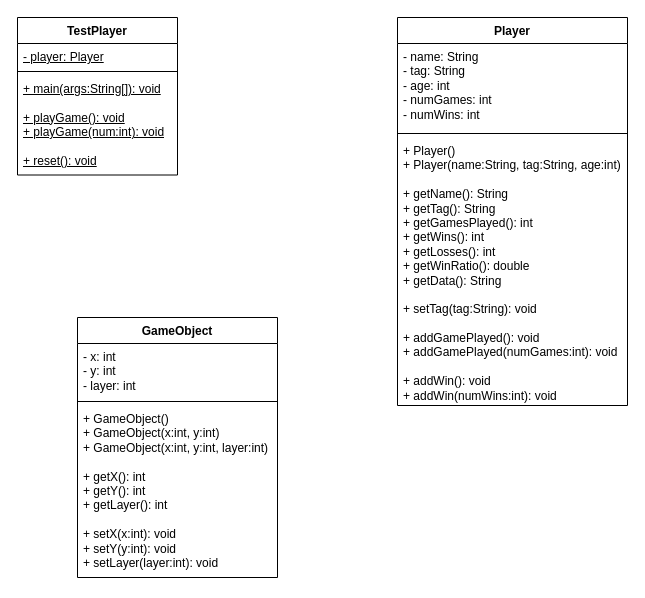
aptfury/csc-190-projects keeps this draw.io diagram as src/module6/lab/lab.drawio. Above is the earlier version. Source tidied: cells renumbered, new cells numbered last; positions are measured from the earlier drawing's top-left corner, leaving out a move shared by most shapes. Both pictures are drawn from the tidied source at 100%, with x=0, y=0 at pixel (17, 17).
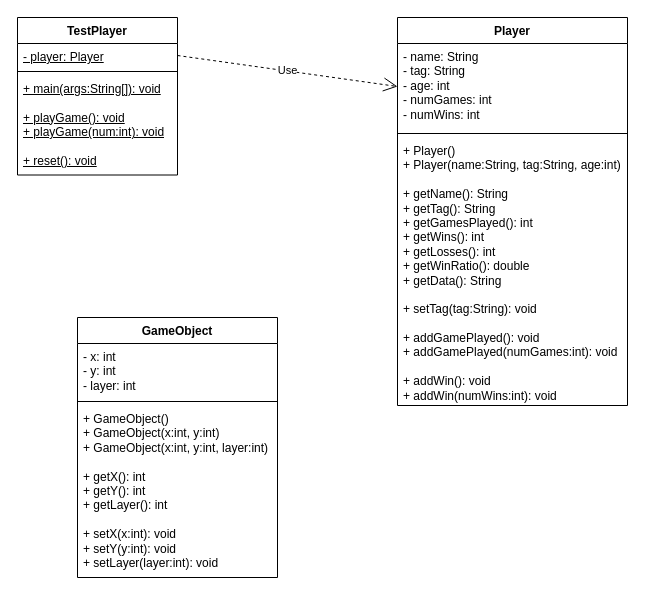
After the change.

Diff of the diagram source:
```diff
@@
 <mxGraphModel>
   <root>
     <mxCell id="0" />
     <mxCell id="1" parent="0" />
     <mxCell id="2" value="Player" style="swimlane;fontStyle=1;align=center;verticalAlign=top;horizontal=1;startSize=26;whiteSpace=wrap;html=1;" parent="1" vertex="1">
       <mxGeometry x="380" width="230" height="388" as="geometry" />
     </mxCell>
     <mxCell id="3" value="- name: String&lt;div&gt;- tag: String&lt;/div&gt;&lt;div&gt;- age: int&lt;/div&gt;&lt;div&gt;- numGames: int&lt;/div&gt;&lt;div&gt;- numWins: int&lt;/div&gt;" style="text;strokeColor=none;fillColor=none;align=left;verticalAlign=top;spacingLeft=4;spacingRight=4;overflow=hidden;points=[[0,0.5],[1,0.5]];portConstraint=eastwest;whiteSpace=wrap;html=1;" parent="2" vertex="1">
       <mxGeometry y="26" width="230" height="86" as="geometry" />
     </mxCell>
     <mxCell id="4" style="line;strokeWidth=1;fillColor=none;align=left;verticalAlign=middle;spacingTop=-1;spacingLeft=3;spacingRight=3;labelPosition=right;strokeColor=inherit;" parent="2" vertex="1">
       <mxGeometry y="112" width="230" height="8" as="geometry" />
     </mxCell>
     <mxCell id="5" value="+ Player()&lt;div&gt;+ Player(name:String, tag:String, age:int)&lt;/div&gt;&lt;div&gt;&lt;br&gt;&lt;/div&gt;&lt;div&gt;+ getName(): String&lt;/div&gt;&lt;div&gt;+ getTag(): String&lt;/div&gt;&lt;div&gt;+ getGamesPlayed(): int&lt;/div&gt;&lt;div&gt;+ getWins(): int&lt;/div&gt;&lt;div&gt;+ getLosses(): int&lt;/div&gt;&lt;div&gt;+ getWinRatio(): double&lt;/div&gt;&lt;div&gt;+ getData(): String&lt;/div&gt;&lt;div&gt;&lt;br&gt;&lt;/div&gt;&lt;div&gt;+ setTag(tag:String): void&lt;/div&gt;&lt;div&gt;&lt;br&gt;&lt;/div&gt;&lt;div&gt;+ addGamePlayed(): void&lt;/div&gt;&lt;div&gt;+ addGamePlayed(numGames:int): void&lt;/div&gt;&lt;div&gt;&lt;br&gt;&lt;/div&gt;&lt;div&gt;+ addWin(): void&lt;/div&gt;&lt;div&gt;+ addWin(numWins:int): void&lt;/div&gt;" style="text;strokeColor=none;fillColor=none;align=left;verticalAlign=top;spacingLeft=4;spacingRight=4;overflow=hidden;whiteSpace=wrap;html=1;" parent="2" vertex="1">
       <mxGeometry y="120" width="230" height="268" as="geometry" />
     </mxCell>
     <mxCell id="6" value="TestPlayer" style="swimlane;fontStyle=1;align=center;verticalAlign=top;horizontal=1;startSize=26;whiteSpace=wrap;html=1;" parent="1" vertex="1">
       <mxGeometry width="160" height="157.5" as="geometry" />
     </mxCell>
     <mxCell id="7" value="&lt;u&gt;- player: Player&lt;/u&gt;" style="text;strokeColor=none;fillColor=none;align=left;verticalAlign=top;spacingLeft=4;spacingRight=4;overflow=hidden;points=[[0,0.5],[1,0.5]];portConstraint=eastwest;whiteSpace=wrap;html=1;" parent="6" vertex="1">
       <mxGeometry y="26" width="160" height="24" as="geometry" />
     </mxCell>
     <mxCell id="8" style="line;strokeWidth=1;fillColor=none;align=left;verticalAlign=middle;spacingTop=-1;spacingLeft=3;spacingRight=3;labelPosition=right;strokeColor=inherit;" parent="6" vertex="1">
       <mxGeometry y="50" width="160" height="8" as="geometry" />
     </mxCell>
     <mxCell id="9" value="&lt;u&gt;+ main(args:String[]): void&lt;/u&gt;&lt;div&gt;&lt;br&gt;&lt;div&gt;&lt;u&gt;+ playGame(): void&lt;/u&gt;&lt;/div&gt;&lt;div&gt;&lt;u&gt;+ playGame(num:int): void&lt;/u&gt;&lt;/div&gt;&lt;div&gt;&lt;br&gt;&lt;/div&gt;&lt;div&gt;&lt;u&gt;+ reset(): void&lt;/u&gt;&lt;/div&gt;&lt;/div&gt;" style="text;strokeColor=none;fillColor=none;align=left;verticalAlign=top;spacingLeft=4;spacingRight=4;overflow=hidden;whiteSpace=wrap;html=1;" parent="6" vertex="1">
       <mxGeometry y="58" width="160" height="99.5" as="geometry" />
     </mxCell>
     <mxCell id="10" value="GameObject&lt;div&gt;&lt;br&gt;&lt;/div&gt;" style="swimlane;fontStyle=1;align=center;verticalAlign=top;horizontal=1;startSize=26;whiteSpace=wrap;html=1;" parent="1" vertex="1">
       <mxGeometry x="60" y="300" width="200" height="260" as="geometry" />
     </mxCell>
     <mxCell id="11" value="- x: int&lt;div&gt;- y: int&lt;/div&gt;&lt;div&gt;- layer: int&lt;/div&gt;" style="text;strokeColor=none;fillColor=none;align=left;verticalAlign=top;spacingLeft=4;spacingRight=4;overflow=hidden;whiteSpace=wrap;html=1;" parent="10" vertex="1">
       <mxGeometry y="26" width="200" height="54" as="geometry" />
     </mxCell>
     <mxCell id="12" style="line;strokeWidth=1;fillColor=none;align=left;verticalAlign=middle;spacingTop=-1;spacingLeft=3;spacingRight=3;labelPosition=right;strokeColor=inherit;" parent="10" vertex="1">
       <mxGeometry y="80" width="200" height="8" as="geometry" />
     </mxCell>
     <mxCell id="13" value="+ GameObject()&lt;div&gt;+ GameObject(x:int, y:int)&lt;/div&gt;&lt;div&gt;+ GameObject(x:int, y:int, layer:int)&lt;/div&gt;&lt;div&gt;&lt;br&gt;&lt;/div&gt;&lt;div&gt;+ getX(): int&lt;/div&gt;&lt;div&gt;+ getY(): int&lt;/div&gt;&lt;div&gt;+ getLayer(): int&lt;/div&gt;&lt;div&gt;&lt;br&gt;&lt;/div&gt;&lt;div&gt;+ setX(x:int): void&lt;/div&gt;&lt;div&gt;+ setY(y:int): void&lt;/div&gt;&lt;div&gt;+ setLayer(layer:int): void&lt;/div&gt;" style="text;strokeColor=none;fillColor=none;align=left;verticalAlign=top;spacingLeft=4;spacingRight=4;overflow=hidden;whiteSpace=wrap;html=1;" parent="10" vertex="1">
       <mxGeometry y="88" width="200" height="172" as="geometry" />
     </mxCell>
+    <mxCell id="14" value="Use" style="endArrow=open;endSize=12;dashed=1;html=1;rounded=0;exitX=1;exitY=0.5;exitDx=0;exitDy=0;entryX=0;entryY=0.5;entryDx=0;entryDy=0;" parent="1" edge="1" source="7" target="3">
+      <mxGeometry relative="1" as="geometry" />
+    </mxCell>
   </root>
 </mxGraphModel>
```
